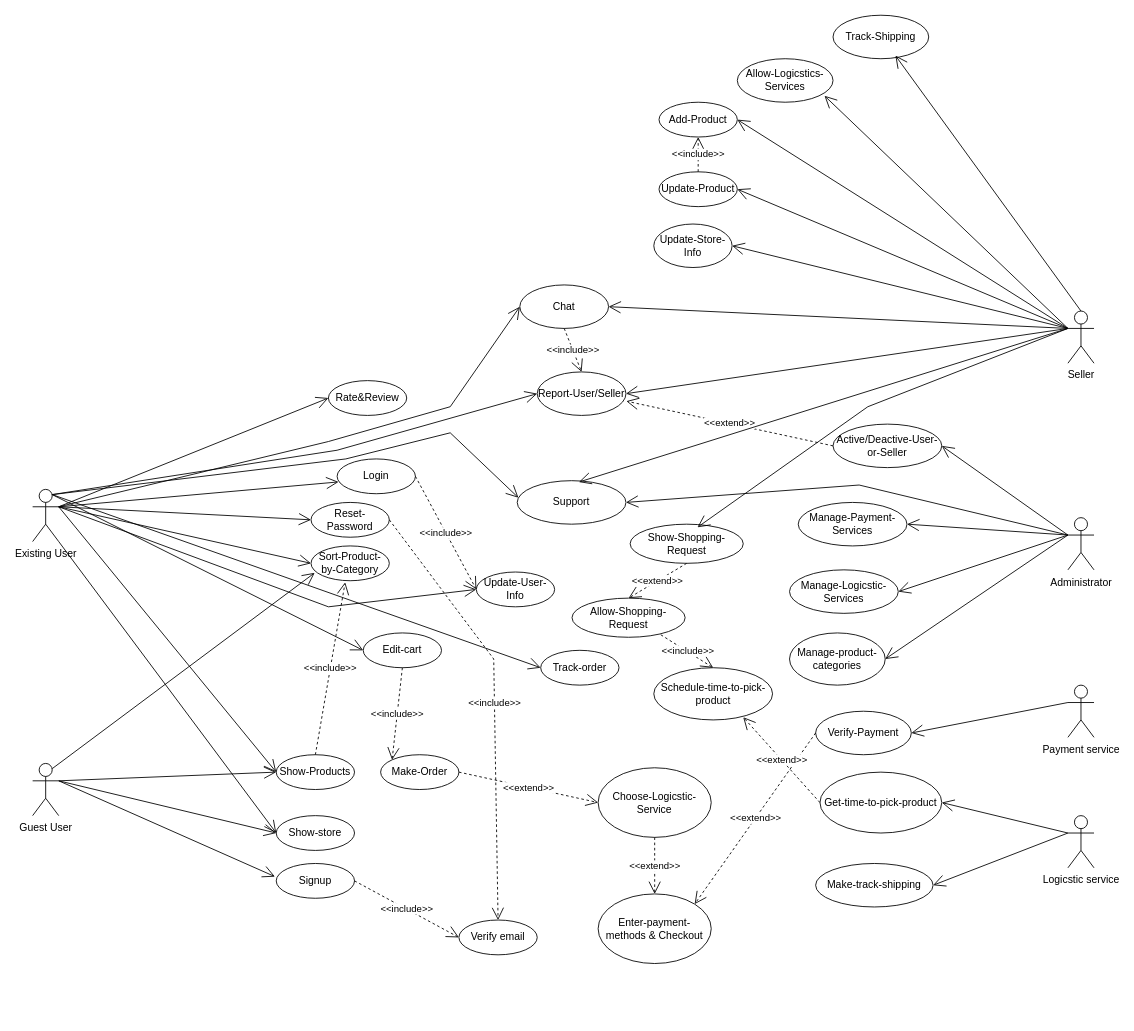
Earlier version of the draw.io diagram usecase.drawio (huyga1185/buyit_cnpm). Source tidied: cells renumbered, new cells numbered last; positions are measured from the earlier drawing's top-left corner, leaving out a move shared by most shapes. Both pictures are drawn from the tidied source at 87%, with x=0, y=0 at pixel (32, 15).
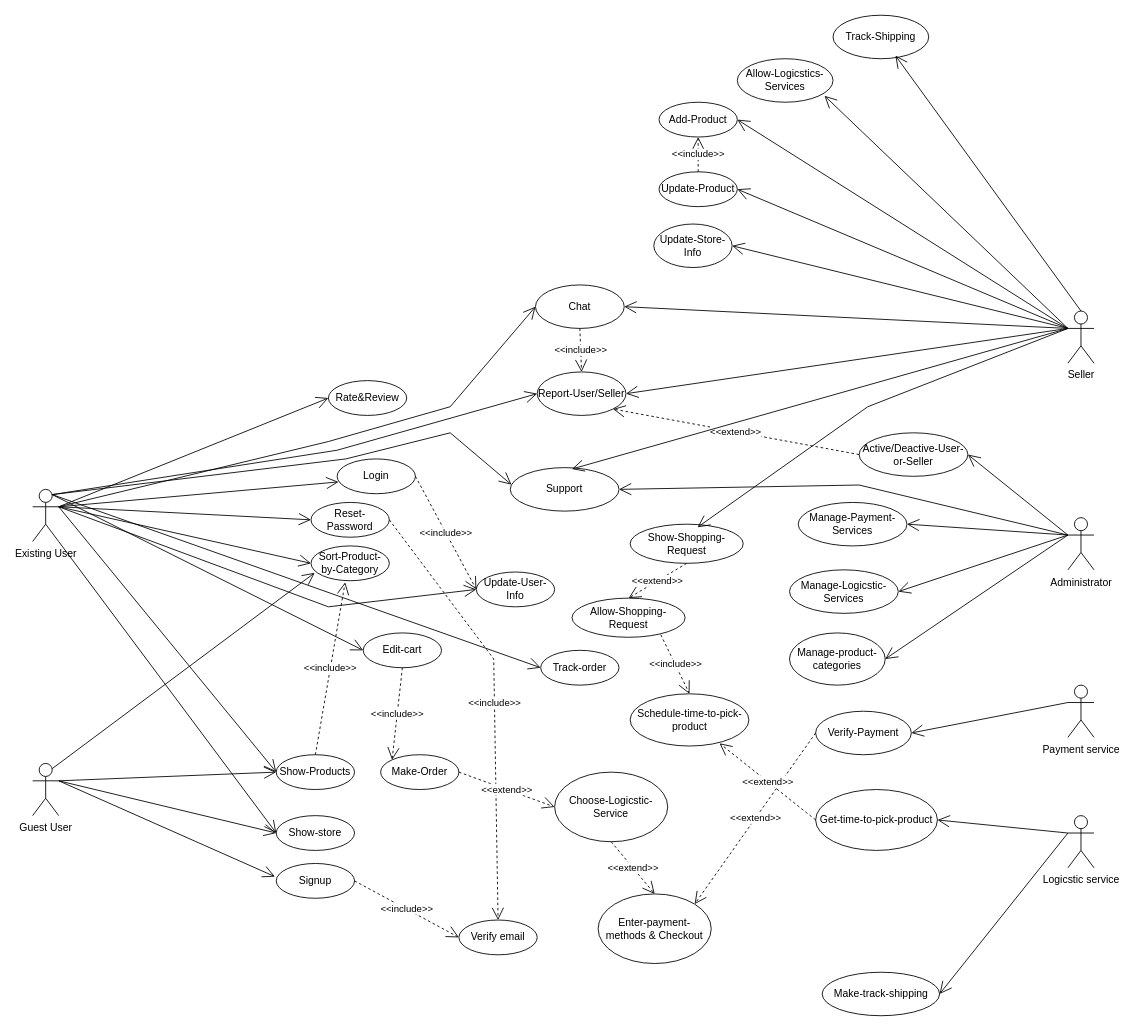
Above is the later version.

Commit message:
Cập nhật usecase.drawio

Unchanged cells that the change refers to:
```xml
<mxCell id="41" value="Report-User/Seller" style="ellipse;whiteSpace=wrap;html=1;" parent="1" vertex="1">
  <mxGeometry x="580" y="410" width="102" height="50" as="geometry" />
</mxCell>
```

Change to the diagram source:
```diff
@@
     <mxCell id="28" value="Active/Deactive-User-or-Seller" style="ellipse;whiteSpace=wrap;html=1;" parent="1" vertex="1">
-      <mxGeometry x="920" y="470" width="125" height="50" as="geometry" />
+      <mxGeometry x="950" y="480" width="125" height="50" as="geometry" />
     </mxCell>
@@
     <mxCell id="30" value="Chat" style="ellipse;whiteSpace=wrap;html=1;" parent="1" vertex="1">
-      <mxGeometry x="560" y="310" width="102" height="50" as="geometry" />
+      <mxGeometry x="578" y="310" width="102" height="50" as="geometry" />
     </mxCell>
@@
-    <mxCell id="44" value="&amp;lt;&amp;lt;extend&amp;gt;&amp;gt;" style="endArrow=open;endSize=12;dashed=1;html=1;rounded=0;exitX=0;exitY=0.5;exitDx=0;exitDy=0;entryX=1.004;entryY=0.672;entryDx=0;entryDy=0;entryPerimeter=0;" parent="1" edge="1" source="28" target="41">
+    <mxCell id="44" value="&amp;lt;&amp;lt;extend&amp;gt;&amp;gt;" style="endArrow=open;endSize=12;dashed=1;html=1;rounded=0;exitX=0;exitY=0.5;exitDx=0;exitDy=0;entryX=1;entryY=1;entryDx=0;entryDy=0;" parent="1" edge="1" source="28" target="41">
       <mxGeometry relative="1" as="geometry" />
     </mxCell>
@@
     <mxCell id="63" value="Choose-Logicstic-Service" style="ellipse;whiteSpace=wrap;html=1;" parent="1" vertex="1">
-      <mxGeometry x="650" y="865" width="130" height="80" as="geometry" />
+      <mxGeometry x="600" y="870" width="130" height="80" as="geometry" />
     </mxCell>
@@
     <mxCell id="68" value="Support" style="ellipse;whiteSpace=wrap;html=1;" parent="1" vertex="1">
-      <mxGeometry x="557" y="535" width="125" height="50" as="geometry" />
+      <mxGeometry x="549" y="520" width="125" height="50" as="geometry" />
     </mxCell>
@@
     <mxCell id="76" value="Schedule-time-to-pick-product" style="ellipse;whiteSpace=wrap;html=1;" parent="1" vertex="1">
-      <mxGeometry x="714" y="750" width="136.5" height="60" as="geometry" />
+      <mxGeometry x="686.8" y="780" width="136.5" height="60" as="geometry" />
     </mxCell>
@@
     <mxCell id="80" value="Get-time-to-pick-product" style="ellipse;whiteSpace=wrap;html=1;" parent="1" vertex="1">
-      <mxGeometry x="905" y="870" width="140" height="70" as="geometry" />
+      <mxGeometry x="900" y="890" width="140" height="70" as="geometry" />
     </mxCell>
@@
     <mxCell id="83" value="Make-track-shipping" style="ellipse;whiteSpace=wrap;html=1;" parent="1" vertex="1">
-      <mxGeometry x="900" y="975" width="135" height="50" as="geometry" />
+      <mxGeometry x="907.5" y="1100" width="135" height="50" as="geometry" />
     </mxCell>
```
